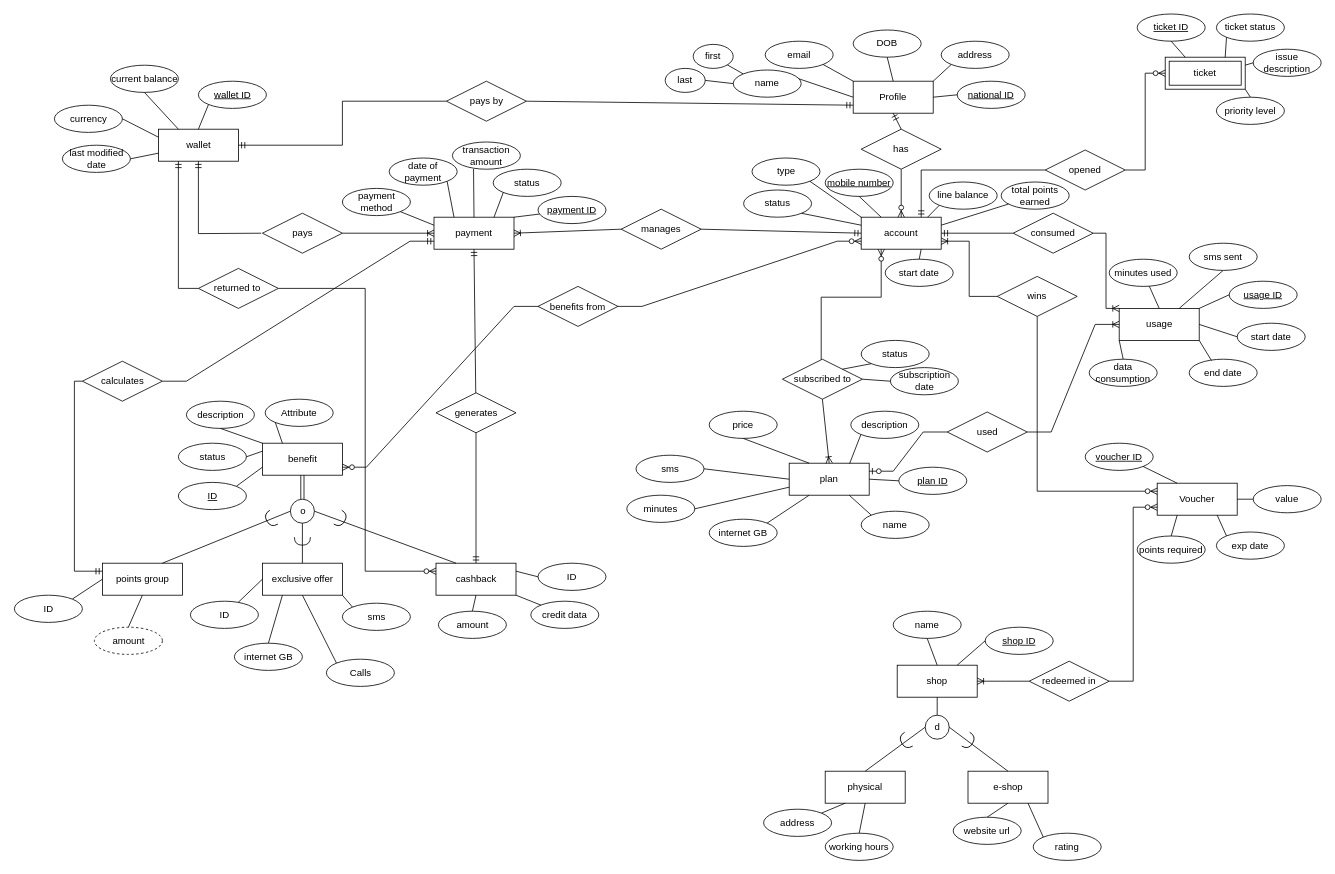
The draw.io diagram Milestone1_EERD.drawio in rogereliass/Telecom-Customer-Data-Management-System, before the edit. Source tidied: cells renumbered, new cells numbered last; positions are measured from the earlier drawing's top-left corner, leaving out a move shared by most shapes. Both pictures are drawn from the tidied source at 80%, with x=0, y=0 at pixel (14, 14).
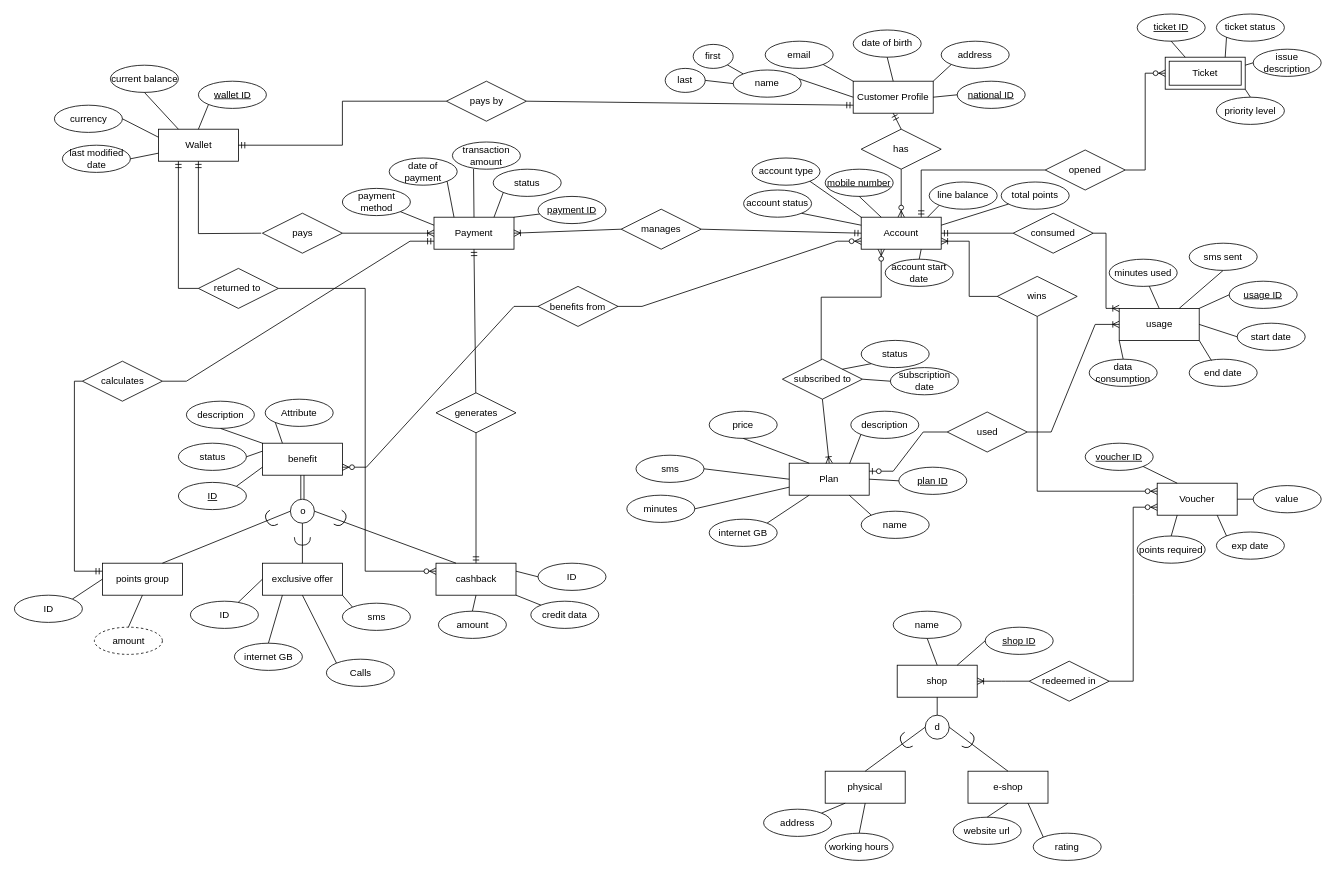
The same page after the edit.

Diff of the diagram source:
```diff
@@
-    <mxCell id="2" value="Profile" style="whiteSpace=wrap;html=1;align=center;direction=west;labelBackgroundColor=none;" parent="1" vertex="1">
+    <mxCell id="2" value="Customer Profile" style="whiteSpace=wrap;html=1;align=center;direction=west;labelBackgroundColor=none;" parent="1" vertex="1">
       <mxGeometry x="1048" y="84" width="100" height="40" as="geometry" />
     </mxCell>
-    <mxCell id="3" value="DOB" style="ellipse;whiteSpace=wrap;html=1;align=center;labelBackgroundColor=none;" parent="1" vertex="1">
+    <mxCell id="3" value="date of birth" style="ellipse;whiteSpace=wrap;html=1;align=center;labelBackgroundColor=none;" parent="1" vertex="1">
       <mxGeometry x="1048" y="20" width="85" height="34" as="geometry" />
     </mxCell>
@@
-    <mxCell id="9" value="account" style="shape=label;margin=3;double=1;whiteSpace=wrap;html=1;align=center;labelBackgroundColor=none;points=[[0,0,0,0,0],[0,0.25,0,0,0],[0,0.5,0,0,0],[0,0.75,0,0,0],[0,1,0,0,0],[0.17,0,0,0,0],[0.17,1,0,0,0],[0.25,0,0,0,0],[0.25,1,0,0,0],[0.33,0,0,0,0],[0.33,1,0,0,0],[0.5,0,0,0,0],[0.5,1,0,0,0],[0.67,0,0,0,0],[0.67,1,0,0,0],[0.75,0,0,0,0],[0.75,1,0,0,0],[0.83,0,0,0,0],[0.83,1,0,0,0],[1,0,0,0,0],[1,0.25,0,0,0],[1,0.5,0,0,0],[1,0.75,0,0,0],[1,1,0,0,0]];" parent="1" vertex="1">
+    <mxCell id="9" value="Account" style="shape=label;margin=3;double=1;whiteSpace=wrap;html=1;align=center;labelBackgroundColor=none;points=[[0,0,0,0,0],[0,0.25,0,0,0],[0,0.5,0,0,0],[0,0.75,0,0,0],[0,1,0,0,0],[0.17,0,0,0,0],[0.17,1,0,0,0],[0.25,0,0,0,0],[0.25,1,0,0,0],[0.33,0,0,0,0],[0.33,1,0,0,0],[0.5,0,0,0,0],[0.5,1,0,0,0],[0.67,0,0,0,0],[0.67,1,0,0,0],[0.75,0,0,0,0],[0.75,1,0,0,0],[0.83,0,0,0,0],[0.83,1,0,0,0],[1,0,0,0,0],[1,0.25,0,0,0],[1,0.5,0,0,0],[1,0.75,0,0,0],[1,1,0,0,0]];" parent="1" vertex="1">
       <mxGeometry x="1058" y="254" width="100" height="40" as="geometry" />
     </mxCell>
@@
-    <mxCell id="11" value="total points earned" style="ellipse;whiteSpace=wrap;html=1;align=center;labelBackgroundColor=none;" parent="1" vertex="1">
+    <mxCell id="11" value="total points" style="ellipse;whiteSpace=wrap;html=1;align=center;labelBackgroundColor=none;" parent="1" vertex="1">
       <mxGeometry x="1233" y="210" width="85" height="34" as="geometry" />
     </mxCell>
@@
-    <mxCell id="13" value="type" style="ellipse;whiteSpace=wrap;html=1;align=center;labelBackgroundColor=none;" parent="1" vertex="1">
+    <mxCell id="13" value="account type" style="ellipse;whiteSpace=wrap;html=1;align=center;labelBackgroundColor=none;" parent="1" vertex="1">
       <mxGeometry x="921.5" y="180" width="85" height="34" as="geometry" />
     </mxCell>
-    <mxCell id="14" value="start date" style="ellipse;whiteSpace=wrap;html=1;align=center;labelBackgroundColor=none;" parent="1" vertex="1">
+    <mxCell id="14" value="account start date" style="ellipse;whiteSpace=wrap;html=1;align=center;labelBackgroundColor=none;" parent="1" vertex="1">
       <mxGeometry x="1088" y="306.5" width="85" height="34" as="geometry" />
     </mxCell>
@@
-    <mxCell id="16" value="plan" style="whiteSpace=wrap;html=1;align=center;" parent="1" vertex="1">
+    <mxCell id="16" value="Plan" style="whiteSpace=wrap;html=1;align=center;" parent="1" vertex="1">
       <mxGeometry x="968" y="561.5" width="100" height="40" as="geometry" />
     </mxCell>
@@
-    <mxCell id="32" value="payment" style="whiteSpace=wrap;html=1;align=center;" parent="1" vertex="1">
+    <mxCell id="32" value="Payment" style="whiteSpace=wrap;html=1;align=center;" parent="1" vertex="1">
       <mxGeometry x="524" y="254" width="100" height="40" as="geometry" />
     </mxCell>
@@
-    <mxCell id="34" value="status" style="ellipse;whiteSpace=wrap;html=1;align=center;labelBackgroundColor=none;" parent="1" vertex="1">
+    <mxCell id="34" value="account status" style="ellipse;whiteSpace=wrap;html=1;align=center;labelBackgroundColor=none;" parent="1" vertex="1">
       <mxGeometry x="911" y="220" width="85" height="34" as="geometry" />
     </mxCell>
@@
-    <mxCell id="74" value="wallet" style="whiteSpace=wrap;html=1;align=center;" parent="1" vertex="1">
+    <mxCell id="74" value="Wallet" style="whiteSpace=wrap;html=1;align=center;" parent="1" vertex="1">
       <mxGeometry x="179.5" y="144" width="100" height="40" as="geometry" />
     </mxCell>
@@
-    <mxCell id="165" value="ticket" style="shape=ext;margin=3;double=1;whiteSpace=wrap;html=1;align=center;" parent="1" vertex="1">
+    <mxCell id="165" value="Ticket" style="shape=ext;margin=3;double=1;whiteSpace=wrap;html=1;align=center;" parent="1" vertex="1">
       <mxGeometry x="1438" y="54" width="100" height="40" as="geometry" />
     </mxCell>
```
